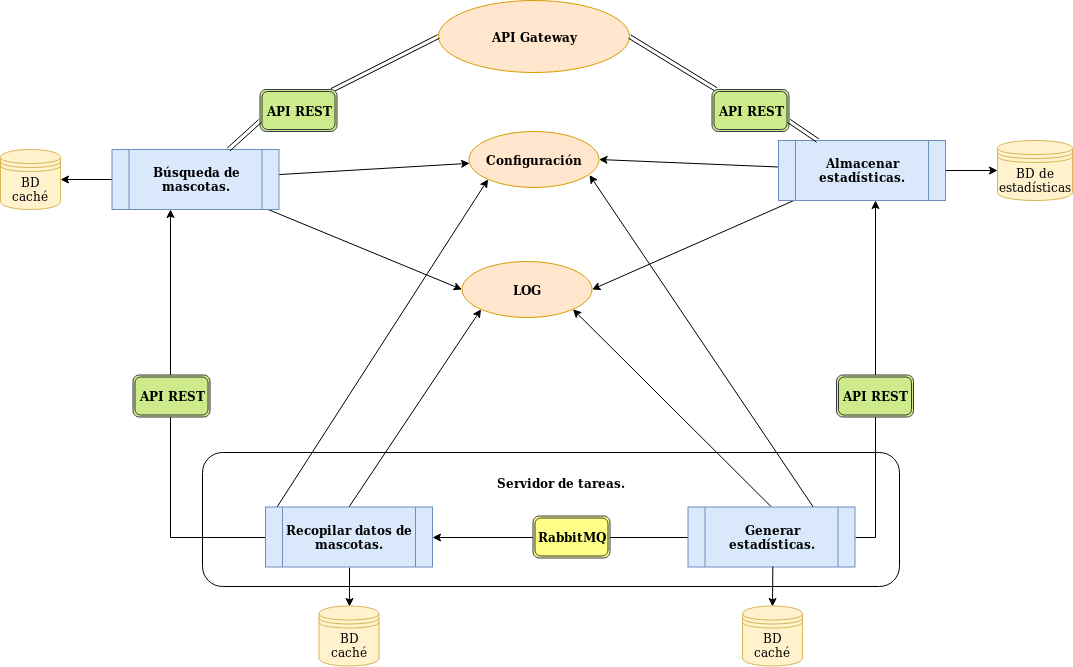
Earlier version of the draw.io export docs/imgs/Comunicacion microservicios.png (lidiasm/MPII-ProyectoCC). Source tidied: cells renumbered, new cells last; positions are measured from the earlier drawing's top-left corner, leaving out a move shared by most shapes. The source it was exported from:
```xml
<mxGraphModel background="#ffffff">
  <root>
    <mxCell id="0" />
    <mxCell id="1" parent="0" />
    <mxCell id="2" value="&lt;div&gt;&lt;br&gt;&lt;/div&gt;&lt;div&gt;&lt;br&gt;&lt;/div&gt;" style="rounded=1;whiteSpace=wrap;html=1;" parent="1" vertex="1">
      <mxGeometry x="202" y="452" width="697" height="134" as="geometry" />
    </mxCell>
    <mxCell id="3" value="&lt;b&gt;API Gateway&lt;/b&gt;" style="ellipse;whiteSpace=wrap;html=1;fillColor=#ffe6cc;strokeColor=#d79b00;" parent="1" vertex="1">
      <mxGeometry x="438" width="191" height="72" as="geometry" />
    </mxCell>
    <mxCell id="4" style="edgeStyle=orthogonalEdgeStyle;rounded=0;jettySize=auto;html=1;" parent="1" edge="1" source="9" target="23">
      <mxGeometry relative="1" as="geometry" />
    </mxCell>
    <mxCell id="5" style="rounded=0;jettySize=auto;html=1;entryX=1;entryY=0.5;entryDx=0;entryDy=0;shape=link;" parent="1" edge="1" source="25" target="3">
      <mxGeometry relative="1" as="geometry" />
    </mxCell>
    <mxCell id="6" style="edgeStyle=none;rounded=0;jettySize=auto;html=1;entryX=1;entryY=0.5;entryDx=0;entryDy=0;" parent="1" edge="1" source="9" target="20">
      <mxGeometry relative="1" as="geometry" />
    </mxCell>
    <mxCell id="7" style="edgeStyle=none;rounded=0;jettySize=auto;html=1;entryX=1;entryY=0.5;entryDx=0;entryDy=0;" parent="1" edge="1" source="9" target="21">
      <mxGeometry relative="1" as="geometry" />
    </mxCell>
    <mxCell id="8" style="edgeStyle=orthogonalEdgeStyle;rounded=0;jettySize=auto;html=1;entryX=1;entryY=0.5;entryDx=0;entryDy=0;startArrow=classic;startFill=1;endArrow=none;endFill=0;" parent="1" edge="1" source="9" target="32">
      <mxGeometry relative="1" as="geometry">
        <Array as="points">
          <mxPoint x="875" y="537" />
        </Array>
      </mxGeometry>
    </mxCell>
    <mxCell id="9" value="&lt;b&gt;Almacenar&lt;/b&gt; &lt;b&gt;estadísticas.&lt;/b&gt;" style="shape=process;whiteSpace=wrap;html=1;backgroundOutline=1;fillColor=#dae8fc;strokeColor=#6c8ebf;" parent="1" vertex="1">
      <mxGeometry x="778" y="140" width="167" height="60" as="geometry" />
    </mxCell>
    <mxCell id="10" style="edgeStyle=none;shape=link;rounded=0;jettySize=auto;html=1;entryX=0;entryY=0.5;entryDx=0;entryDy=0;" parent="1" edge="1" target="3">
      <mxGeometry relative="1" as="geometry">
        <mxPoint x="331" y="90" as="sourcePoint" />
      </mxGeometry>
    </mxCell>
    <mxCell id="11" style="edgeStyle=none;rounded=0;jettySize=auto;html=1;entryX=1;entryY=0.5;entryDx=0;entryDy=0;" parent="1" edge="1" source="15" target="22">
      <mxGeometry relative="1" as="geometry" />
    </mxCell>
    <mxCell id="12" style="edgeStyle=none;rounded=0;jettySize=auto;html=1;" parent="1" edge="1" source="15" target="20">
      <mxGeometry relative="1" as="geometry" />
    </mxCell>
    <mxCell id="13" style="edgeStyle=none;rounded=0;jettySize=auto;html=1;entryX=0;entryY=0.5;entryDx=0;entryDy=0;" parent="1" edge="1" source="15" target="21">
      <mxGeometry relative="1" as="geometry" />
    </mxCell>
    <mxCell id="14" style="edgeStyle=orthogonalEdgeStyle;rounded=0;jettySize=auto;html=1;entryX=0;entryY=0.5;entryDx=0;entryDy=0;startArrow=classic;startFill=1;endArrow=none;endFill=0;" parent="1" edge="1" source="15" target="19">
      <mxGeometry relative="1" as="geometry">
        <Array as="points">
          <mxPoint x="170" y="537" />
        </Array>
      </mxGeometry>
    </mxCell>
    <mxCell id="15" value="&lt;b&gt;Búsqueda de mascotas.&lt;/b&gt;" style="shape=process;whiteSpace=wrap;html=1;backgroundOutline=1;fillColor=#dae8fc;strokeColor=#6c8ebf;" parent="1" vertex="1">
      <mxGeometry x="111.5" y="149" width="167" height="60" as="geometry" />
    </mxCell>
    <mxCell id="16" style="edgeStyle=orthogonalEdgeStyle;rounded=0;jettySize=auto;html=1;entryX=0.5;entryY=0;entryDx=0;entryDy=0;exitX=0.5;exitY=1;exitDx=0;exitDy=0;" parent="1" edge="1" source="19" target="24">
      <mxGeometry relative="1" as="geometry" />
    </mxCell>
    <mxCell id="17" style="rounded=0;jettySize=auto;html=1;exitX=0.048;exitY=0.092;exitDx=0;exitDy=0;endArrow=classic;endFill=1;entryX=0;entryY=1;entryDx=0;entryDy=0;exitPerimeter=0;" parent="1" edge="1" source="19" target="20">
      <mxGeometry relative="1" as="geometry" />
    </mxCell>
    <mxCell id="18" style="edgeStyle=none;rounded=0;jettySize=auto;html=1;exitX=0.5;exitY=0;exitDx=0;exitDy=0;entryX=0;entryY=1;entryDx=0;entryDy=0;endArrow=classic;endFill=1;" parent="1" edge="1" source="19" target="21">
      <mxGeometry relative="1" as="geometry" />
    </mxCell>
    <mxCell id="19" value="&lt;b&gt;Recopilar datos de mascotas.&lt;/b&gt;" style="shape=process;whiteSpace=wrap;html=1;backgroundOutline=1;fillColor=#dae8fc;strokeColor=#6c8ebf;" parent="1" vertex="1">
      <mxGeometry x="265" y="506.5" width="167" height="60" as="geometry" />
    </mxCell>
    <mxCell id="20" value="&lt;b&gt;Configuración&lt;/b&gt;" style="ellipse;whiteSpace=wrap;html=1;fillColor=#ffe6cc;strokeColor=#d79b00;" parent="1" vertex="1">
      <mxGeometry x="468.5" y="131" width="130" height="56" as="geometry" />
    </mxCell>
    <mxCell id="21" value="&lt;b&gt;LOG&lt;/b&gt;" style="ellipse;whiteSpace=wrap;html=1;fillColor=#ffe6cc;strokeColor=#d79b00;" parent="1" vertex="1">
      <mxGeometry x="461.5" y="261" width="130" height="56" as="geometry" />
    </mxCell>
    <mxCell id="22" value="BD caché" style="shape=datastore;whiteSpace=wrap;html=1;fillColor=#fff2cc;strokeColor=#d6b656;" parent="1" vertex="1">
      <mxGeometry y="149" width="60" height="60" as="geometry" />
    </mxCell>
    <mxCell id="23" value="BD de estadísticas" style="shape=datastore;whiteSpace=wrap;html=1;fillColor=#fff2cc;strokeColor=#d6b656;" parent="1" vertex="1">
      <mxGeometry x="997" y="140" width="75" height="60" as="geometry" />
    </mxCell>
    <mxCell id="24" value="BD caché" style="shape=datastore;whiteSpace=wrap;html=1;fillColor=#fff2cc;strokeColor=#d6b656;" parent="1" vertex="1">
      <mxGeometry x="318.5" y="605.5" width="60" height="60" as="geometry" />
    </mxCell>
    <mxCell id="25" value="&lt;b&gt;API REST&lt;/b&gt;" style="shape=ext;double=1;rounded=1;whiteSpace=wrap;html=1;fillColor=#cdeb8b;strokeColor=#36393d;" parent="1" vertex="1">
      <mxGeometry x="711.5" y="89" width="77" height="42" as="geometry" />
    </mxCell>
    <mxCell id="26" style="rounded=0;jettySize=auto;html=1;entryX=1;entryY=0.75;entryDx=0;entryDy=0;shape=link;" parent="1" edge="1" source="9" target="25">
      <mxGeometry relative="1" as="geometry" />
    </mxCell>
    <mxCell id="27" value="&lt;b&gt;API REST&lt;/b&gt;" style="shape=ext;double=1;rounded=1;whiteSpace=wrap;html=1;fillColor=#cdeb8b;strokeColor=#36393d;" parent="1" vertex="1">
      <mxGeometry x="259.5" y="89" width="77" height="42" as="geometry" />
    </mxCell>
    <mxCell id="28" style="edgeStyle=none;shape=link;rounded=0;jettySize=auto;html=1;entryX=0;entryY=0.75;entryDx=0;entryDy=0;" parent="1" edge="1" source="15" target="27">
      <mxGeometry relative="1" as="geometry" />
    </mxCell>
    <mxCell id="29" style="edgeStyle=orthogonalEdgeStyle;rounded=0;jettySize=auto;html=1;exitX=0;exitY=0.5;exitDx=0;exitDy=0;" parent="1" edge="1" source="32" target="19">
      <mxGeometry relative="1" as="geometry" />
    </mxCell>
    <mxCell id="30" style="edgeStyle=none;rounded=0;jettySize=auto;html=1;exitX=0.5;exitY=0;exitDx=0;exitDy=0;entryX=1;entryY=1;entryDx=0;entryDy=0;endArrow=classic;endFill=1;" parent="1" edge="1" source="32" target="21">
      <mxGeometry relative="1" as="geometry" />
    </mxCell>
    <mxCell id="31" style="edgeStyle=none;rounded=0;jettySize=auto;html=1;exitX=0.75;exitY=0;exitDx=0;exitDy=0;entryX=0.927;entryY=0.777;entryDx=0;entryDy=0;entryPerimeter=0;endArrow=classic;endFill=1;" parent="1" edge="1" source="32" target="20">
      <mxGeometry relative="1" as="geometry" />
    </mxCell>
    <mxCell id="32" value="&lt;b&gt;Generar estadísticas.&lt;br&gt;&lt;/b&gt;" style="shape=process;whiteSpace=wrap;html=1;backgroundOutline=1;fillColor=#dae8fc;strokeColor=#6c8ebf;" parent="1" vertex="1">
      <mxGeometry x="687.5" y="506.5" width="167" height="60" as="geometry" />
    </mxCell>
    <mxCell id="33" style="edgeStyle=orthogonalEdgeStyle;rounded=0;jettySize=auto;html=1;entryX=0.5;entryY=0;entryDx=0;entryDy=0;exitX=0.5;exitY=1;exitDx=0;exitDy=0;" parent="1" edge="1" target="34">
      <mxGeometry relative="1" as="geometry">
        <mxPoint x="772.3" y="566.2" as="sourcePoint" />
      </mxGeometry>
    </mxCell>
    <mxCell id="34" value="BD caché" style="shape=datastore;whiteSpace=wrap;html=1;fillColor=#fff2cc;strokeColor=#d6b656;" parent="1" vertex="1">
      <mxGeometry x="742" y="605.5" width="60" height="60" as="geometry" />
    </mxCell>
    <mxCell id="35" value="&lt;b&gt;RabbitMQ&lt;/b&gt;" style="shape=ext;double=1;rounded=1;whiteSpace=wrap;html=1;fillColor=#ffff88;strokeColor=#36393d;" parent="1" vertex="1">
      <mxGeometry x="532.5" y="515.5" width="77" height="42" as="geometry" />
    </mxCell>
    <mxCell id="36" value="&lt;b&gt;API REST&lt;/b&gt;" style="shape=ext;double=1;rounded=1;whiteSpace=wrap;html=1;fillColor=#CDEB8B;strokeColor=#36393D;gradientColor=none;" parent="1" vertex="1">
      <mxGeometry x="132.5" y="374.5" width="77" height="42" as="geometry" />
    </mxCell>
    <mxCell id="37" value="&lt;b&gt;Servidor de tareas.&lt;br&gt;&lt;/b&gt;" style="text;html=1;strokeColor=none;fillColor=none;align=center;verticalAlign=middle;whiteSpace=wrap;rounded=0;" parent="1" vertex="1">
      <mxGeometry x="469.5" y="472.5" width="182" height="20" as="geometry" />
    </mxCell>
    <mxCell id="38" value="&lt;b&gt;API REST&lt;/b&gt;" style="shape=ext;double=1;rounded=1;whiteSpace=wrap;html=1;fillColor=#cdeb8b;strokeColor=#36393d;" parent="1" vertex="1">
      <mxGeometry x="836" y="374.5" width="77" height="42" as="geometry" />
    </mxCell>
  </root>
</mxGraphModel>
```
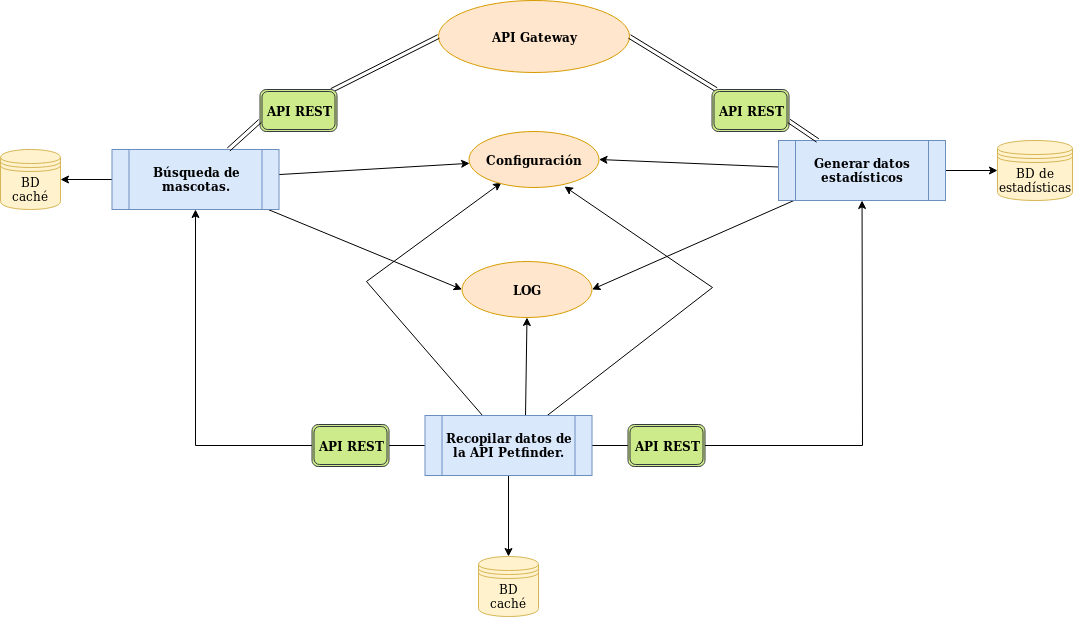
Above is the later version.

Change to the diagram source:
```diff
@@ -2,9 +2,6 @@
   <root>
     <mxCell id="0" />
     <mxCell id="1" parent="0" />
-    <mxCell id="2" value="&lt;div&gt;&lt;br&gt;&lt;/div&gt;&lt;div&gt;&lt;br&gt;&lt;/div&gt;" style="rounded=1;whiteSpace=wrap;html=1;" parent="1" vertex="1">
-      <mxGeometry x="202" y="452" width="697" height="134" as="geometry" />
-    </mxCell>
     <mxCell id="3" value="&lt;b&gt;API Gateway&lt;/b&gt;" style="ellipse;whiteSpace=wrap;html=1;fillColor=#ffe6cc;strokeColor=#d79b00;" parent="1" vertex="1">
       <mxGeometry x="438" width="191" height="72" as="geometry" />
     </mxCell>
@@ -20,14 +17,10 @@
     <mxCell id="7" style="edgeStyle=none;rounded=0;jettySize=auto;html=1;entryX=1;entryY=0.5;entryDx=0;entryDy=0;" parent="1" edge="1" source="9" target="21">
       <mxGeometry relative="1" as="geometry" />
     </mxCell>
-    <mxCell id="8" style="edgeStyle=orthogonalEdgeStyle;rounded=0;jettySize=auto;html=1;entryX=1;entryY=0.5;entryDx=0;entryDy=0;startArrow=classic;startFill=1;endArrow=none;endFill=0;" parent="1" edge="1" source="9" target="32">
-      <mxGeometry relative="1" as="geometry">
-        <Array as="points">
-          <mxPoint x="875" y="537" />
-        </Array>
-      </mxGeometry>
-    </mxCell>
+    <mxCell id="39" style="edgeStyle=none;rounded=0;jettySize=auto;html=1;entryX=1;entryY=0.5;entryDx=0;entryDy=0;endArrow=none;endFill=0;" parent="1" edge="1" source="35" target="19">
+      <mxGeometry relative="1" as="geometry" />
+    </mxCell>
-    <mxCell id="9" value="&lt;b&gt;Almacenar&lt;/b&gt; &lt;b&gt;estadísticas.&lt;/b&gt;" style="shape=process;whiteSpace=wrap;html=1;backgroundOutline=1;fillColor=#dae8fc;strokeColor=#6c8ebf;" parent="1" vertex="1">
+    <mxCell id="9" value="&lt;b&gt;Generar datos estadísticos&lt;br&gt;&lt;/b&gt;" style="shape=process;whiteSpace=wrap;html=1;backgroundOutline=1;fillColor=#dae8fc;strokeColor=#6c8ebf;" parent="1" vertex="1">
       <mxGeometry x="778" y="140" width="167" height="60" as="geometry" />
     </mxCell>
     <mxCell id="10" style="edgeStyle=none;shape=link;rounded=0;jettySize=auto;html=1;entryX=0;entryY=0.5;entryDx=0;entryDy=0;" parent="1" edge="1" target="3">
@@ -38,33 +31,44 @@
     <mxCell id="11" style="edgeStyle=none;rounded=0;jettySize=auto;html=1;entryX=1;entryY=0.5;entryDx=0;entryDy=0;" parent="1" edge="1" source="15" target="22">
       <mxGeometry relative="1" as="geometry" />
     </mxCell>
+    <mxCell id="14" style="edgeStyle=none;rounded=0;jettySize=auto;html=1;entryX=0;entryY=0.5;entryDx=0;entryDy=0;endArrow=none;endFill=0;startArrow=classic;startFill=1;" parent="1" edge="1" source="15" target="19">
+      <mxGeometry relative="1" as="geometry">
+        <Array as="points">
+          <mxPoint x="195" y="445" />
+        </Array>
+      </mxGeometry>
+    </mxCell>
     <mxCell id="12" style="edgeStyle=none;rounded=0;jettySize=auto;html=1;" parent="1" edge="1" source="15" target="20">
       <mxGeometry relative="1" as="geometry" />
     </mxCell>
     <mxCell id="13" style="edgeStyle=none;rounded=0;jettySize=auto;html=1;entryX=0;entryY=0.5;entryDx=0;entryDy=0;" parent="1" edge="1" source="15" target="21">
       <mxGeometry relative="1" as="geometry" />
     </mxCell>
-    <mxCell id="14" style="edgeStyle=orthogonalEdgeStyle;rounded=0;jettySize=auto;html=1;entryX=0;entryY=0.5;entryDx=0;entryDy=0;startArrow=classic;startFill=1;endArrow=none;endFill=0;" parent="1" edge="1" source="15" target="19">
-      <mxGeometry relative="1" as="geometry">
-        <Array as="points">
-          <mxPoint x="170" y="537" />
-        </Array>
-      </mxGeometry>
-    </mxCell>
     <mxCell id="15" value="&lt;b&gt;Búsqueda de mascotas.&lt;/b&gt;" style="shape=process;whiteSpace=wrap;html=1;backgroundOutline=1;fillColor=#dae8fc;strokeColor=#6c8ebf;" parent="1" vertex="1">
       <mxGeometry x="111.5" y="149" width="167" height="60" as="geometry" />
     </mxCell>
-    <mxCell id="16" style="edgeStyle=orthogonalEdgeStyle;rounded=0;jettySize=auto;html=1;entryX=0.5;entryY=0;entryDx=0;entryDy=0;exitX=0.5;exitY=1;exitDx=0;exitDy=0;" parent="1" edge="1" source="19" target="24">
+    <mxCell id="16" style="edgeStyle=orthogonalEdgeStyle;rounded=0;jettySize=auto;html=1;entryX=0.5;entryY=0;entryDx=0;entryDy=0;" parent="1" edge="1" source="19" target="24">
       <mxGeometry relative="1" as="geometry" />
     </mxCell>
-    <mxCell id="17" style="rounded=0;jettySize=auto;html=1;exitX=0.048;exitY=0.092;exitDx=0;exitDy=0;endArrow=classic;endFill=1;entryX=0;entryY=1;entryDx=0;entryDy=0;exitPerimeter=0;" parent="1" edge="1" source="19" target="20">
-      <mxGeometry relative="1" as="geometry" />
-    </mxCell>
+    <mxCell id="40" style="edgeStyle=none;rounded=0;jettySize=auto;html=1;entryX=0.735;entryY=0.982;entryDx=0;entryDy=0;entryPerimeter=0;" parent="1" edge="1" source="19" target="20">
+      <mxGeometry relative="1" as="geometry">
+        <Array as="points">
+          <mxPoint x="712" y="287" />
+        </Array>
+      </mxGeometry>
+    </mxCell>
+    <mxCell id="41" style="edgeStyle=none;rounded=0;jettySize=auto;html=1;entryX=0.25;entryY=0.911;entryDx=0;entryDy=0;entryPerimeter=0;" parent="1" edge="1" source="19" target="20">
+      <mxGeometry relative="1" as="geometry">
+        <Array as="points">
+          <mxPoint x="366" y="281" />
+        </Array>
+      </mxGeometry>
+    </mxCell>
-    <mxCell id="18" style="edgeStyle=none;rounded=0;jettySize=auto;html=1;exitX=0.5;exitY=0;exitDx=0;exitDy=0;entryX=0;entryY=1;entryDx=0;entryDy=0;endArrow=classic;endFill=1;" parent="1" edge="1" source="19" target="21">
+    <mxCell id="18" style="edgeStyle=none;rounded=0;jettySize=auto;html=1;entryX=0.5;entryY=1;entryDx=0;entryDy=0;exitX=0.602;exitY=0;exitDx=0;exitDy=0;exitPerimeter=0;" parent="1" edge="1" source="19" target="21">
       <mxGeometry relative="1" as="geometry" />
     </mxCell>
-    <mxCell id="19" value="&lt;b&gt;Recopilar datos de mascotas.&lt;/b&gt;" style="shape=process;whiteSpace=wrap;html=1;backgroundOutline=1;fillColor=#dae8fc;strokeColor=#6c8ebf;" parent="1" vertex="1">
-      <mxGeometry x="265" y="506.5" width="167" height="60" as="geometry" />
+    <mxCell id="19" value="&lt;b&gt;Recopilar datos de la API Petfinder.&lt;br&gt;&lt;/b&gt;" style="shape=process;whiteSpace=wrap;html=1;backgroundOutline=1;fillColor=#dae8fc;strokeColor=#6c8ebf;" parent="1" vertex="1">
+      <mxGeometry x="424.5" y="415" width="167" height="60" as="geometry" />
     </mxCell>
     <mxCell id="20" value="&lt;b&gt;Configuración&lt;/b&gt;" style="ellipse;whiteSpace=wrap;html=1;fillColor=#ffe6cc;strokeColor=#d79b00;" parent="1" vertex="1">
       <mxGeometry x="468.5" y="131" width="130" height="56" as="geometry" />
@@ -79,8 +83,11 @@
       <mxGeometry x="997" y="140" width="75" height="60" as="geometry" />
     </mxCell>
     <mxCell id="24" value="BD caché" style="shape=datastore;whiteSpace=wrap;html=1;fillColor=#fff2cc;strokeColor=#d6b656;" parent="1" vertex="1">
-      <mxGeometry x="318.5" y="605.5" width="60" height="60" as="geometry" />
+      <mxGeometry x="478" y="556" width="60" height="60" as="geometry" />
     </mxCell>
+    <mxCell id="38" value="&lt;b&gt;API REST&lt;/b&gt;" style="shape=ext;double=1;rounded=1;whiteSpace=wrap;html=1;fillColor=#cdeb8b;strokeColor=#36393d;" parent="1" vertex="1">
+      <mxGeometry x="311.5" y="424" width="77" height="42" as="geometry" />
+    </mxCell>
     <mxCell id="25" value="&lt;b&gt;API REST&lt;/b&gt;" style="shape=ext;double=1;rounded=1;whiteSpace=wrap;html=1;fillColor=#cdeb8b;strokeColor=#36393d;" parent="1" vertex="1">
       <mxGeometry x="711.5" y="89" width="77" height="42" as="geometry" />
     </mxCell>
@@ -93,37 +100,15 @@
     <mxCell id="28" style="edgeStyle=none;shape=link;rounded=0;jettySize=auto;html=1;entryX=0;entryY=0.75;entryDx=0;entryDy=0;" parent="1" edge="1" source="15" target="27">
       <mxGeometry relative="1" as="geometry" />
     </mxCell>
-    <mxCell id="29" style="edgeStyle=orthogonalEdgeStyle;rounded=0;jettySize=auto;html=1;exitX=0;exitY=0.5;exitDx=0;exitDy=0;" parent="1" edge="1" source="32" target="19">
-      <mxGeometry relative="1" as="geometry" />
-    </mxCell>
-    <mxCell id="30" style="edgeStyle=none;rounded=0;jettySize=auto;html=1;exitX=0.5;exitY=0;exitDx=0;exitDy=0;entryX=1;entryY=1;entryDx=0;entryDy=0;endArrow=classic;endFill=1;" parent="1" edge="1" source="32" target="21">
-      <mxGeometry relative="1" as="geometry" />
-    </mxCell>
-    <mxCell id="31" style="edgeStyle=none;rounded=0;jettySize=auto;html=1;exitX=0.75;exitY=0;exitDx=0;exitDy=0;entryX=0.927;entryY=0.777;entryDx=0;entryDy=0;entryPerimeter=0;endArrow=classic;endFill=1;" parent="1" edge="1" source="32" target="20">
-      <mxGeometry relative="1" as="geometry" />
-    </mxCell>
-    <mxCell id="32" value="&lt;b&gt;Generar estadísticas.&lt;br&gt;&lt;/b&gt;" style="shape=process;whiteSpace=wrap;html=1;backgroundOutline=1;fillColor=#dae8fc;strokeColor=#6c8ebf;" parent="1" vertex="1">
-      <mxGeometry x="687.5" y="506.5" width="167" height="60" as="geometry" />
-    </mxCell>
-    <mxCell id="33" style="edgeStyle=orthogonalEdgeStyle;rounded=0;jettySize=auto;html=1;entryX=0.5;entryY=0;entryDx=0;entryDy=0;exitX=0.5;exitY=1;exitDx=0;exitDy=0;" parent="1" edge="1" target="34">
-      <mxGeometry relative="1" as="geometry">
-        <mxPoint x="772.3" y="566.2" as="sourcePoint" />
-      </mxGeometry>
-    </mxCell>
-    <mxCell id="34" value="BD caché" style="shape=datastore;whiteSpace=wrap;html=1;fillColor=#fff2cc;strokeColor=#d6b656;" parent="1" vertex="1">
-      <mxGeometry x="742" y="605.5" width="60" height="60" as="geometry" />
-    </mxCell>
-    <mxCell id="35" value="&lt;b&gt;RabbitMQ&lt;/b&gt;" style="shape=ext;double=1;rounded=1;whiteSpace=wrap;html=1;fillColor=#ffff88;strokeColor=#36393d;" parent="1" vertex="1">
-      <mxGeometry x="532.5" y="515.5" width="77" height="42" as="geometry" />
+    <mxCell id="35" value="&lt;b&gt;API REST&lt;/b&gt;" style="shape=ext;double=1;rounded=1;whiteSpace=wrap;html=1;fillColor=#cdeb8b;strokeColor=#36393d;" parent="1" vertex="1">
+      <mxGeometry x="627.5" y="424" width="77" height="42" as="geometry" />
     </mxCell>
-    <mxCell id="36" value="&lt;b&gt;API REST&lt;/b&gt;" style="shape=ext;double=1;rounded=1;whiteSpace=wrap;html=1;fillColor=#CDEB8B;strokeColor=#36393D;gradientColor=none;" parent="1" vertex="1">
-      <mxGeometry x="132.5" y="374.5" width="77" height="42" as="geometry" />
-    </mxCell>
-    <mxCell id="37" value="&lt;b&gt;Servidor de tareas.&lt;br&gt;&lt;/b&gt;" style="text;html=1;strokeColor=none;fillColor=none;align=center;verticalAlign=middle;whiteSpace=wrap;rounded=0;" parent="1" vertex="1">
-      <mxGeometry x="469.5" y="472.5" width="182" height="20" as="geometry" />
-    </mxCell>
-    <mxCell id="38" value="&lt;b&gt;API REST&lt;/b&gt;" style="shape=ext;double=1;rounded=1;whiteSpace=wrap;html=1;fillColor=#cdeb8b;strokeColor=#36393d;" parent="1" vertex="1">
-      <mxGeometry x="836" y="374.5" width="77" height="42" as="geometry" />
-    </mxCell>
+    <mxCell id="42" style="edgeStyle=none;rounded=0;jettySize=auto;html=1;endArrow=none;endFill=0;startArrow=classic;startFill=1;" parent="1" edge="1" source="9" target="35">
+      <mxGeometry relative="1" as="geometry">
+        <Array as="points">
+          <mxPoint x="862" y="445" />
+        </Array>
+      </mxGeometry>
+    </mxCell>
   </root>
 </mxGraphModel>
```
